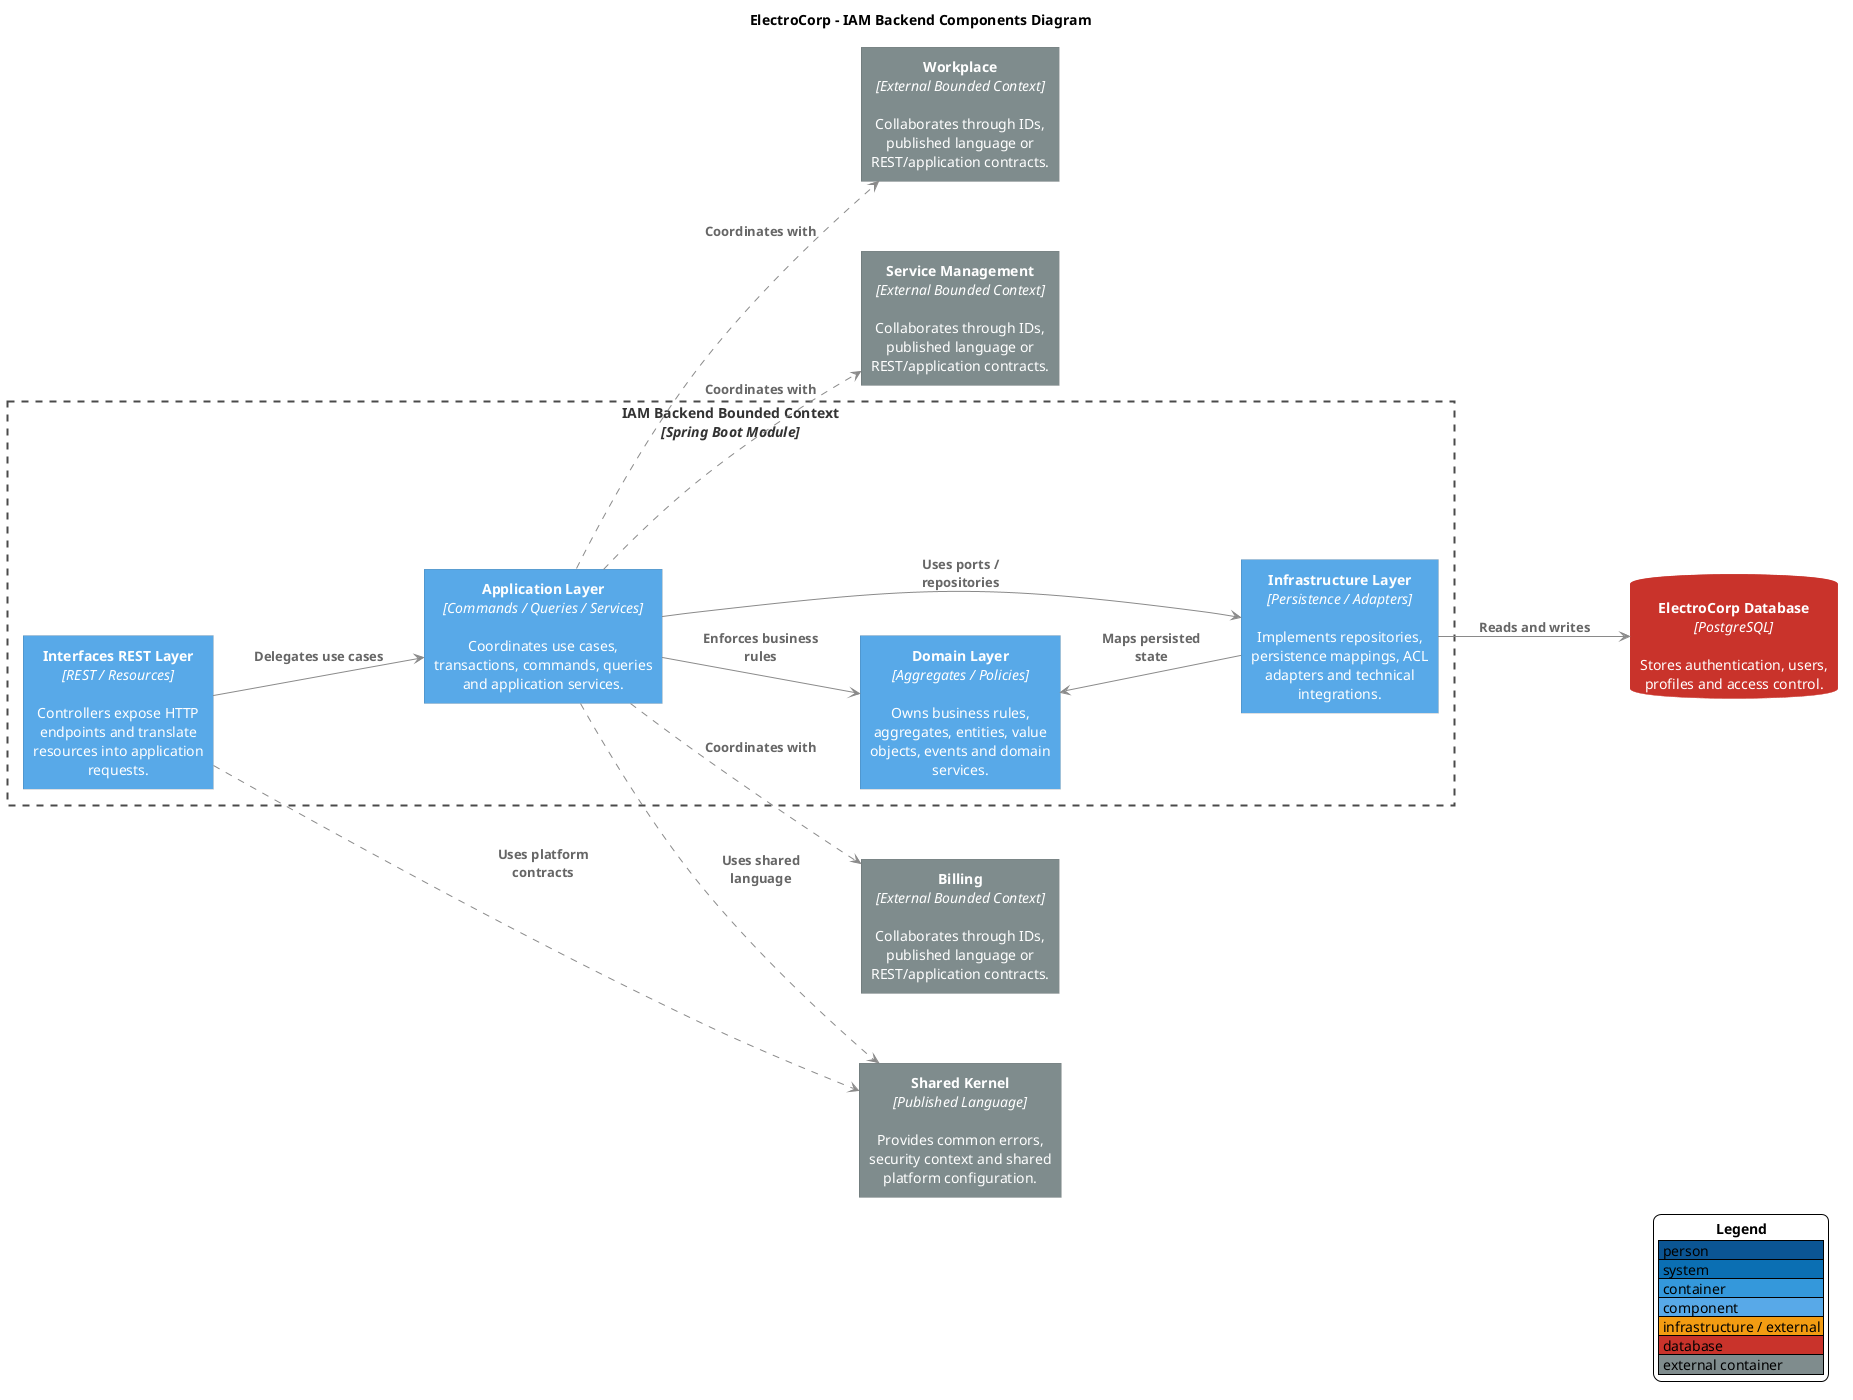
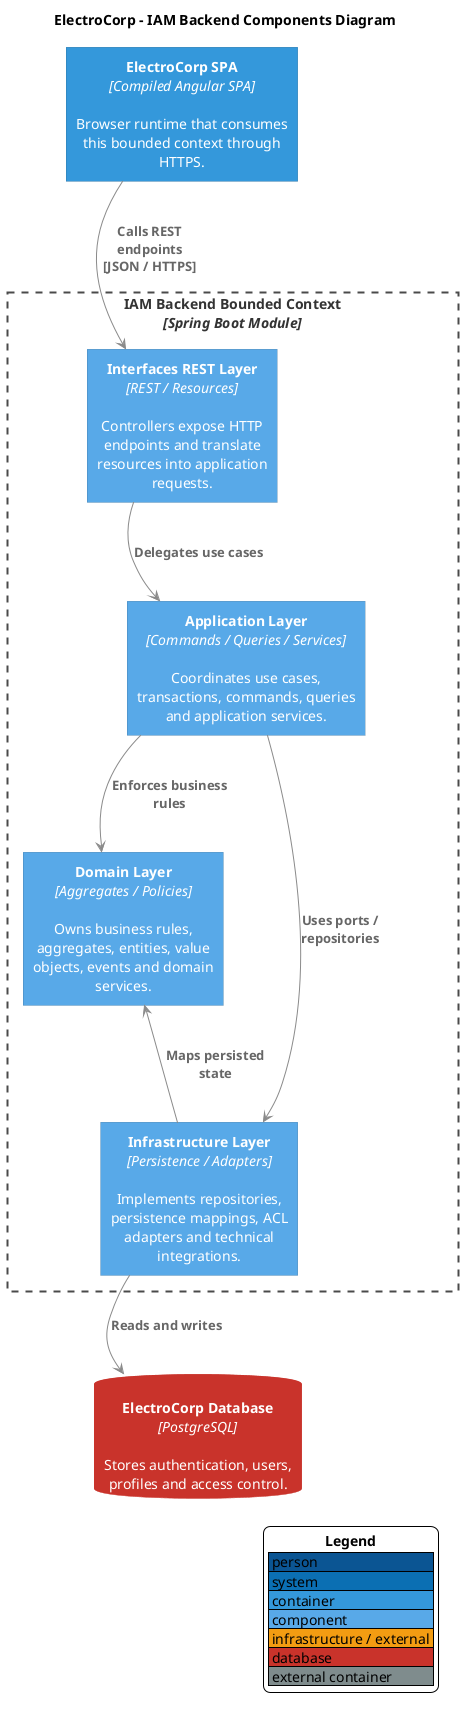
@startuml
skinparam backgroundColor #FFFFFF
skinparam shadowing false
skinparam defaultFontName Arial
skinparam defaultTextAlignment center
skinparam wrapWidth 220
skinparam maxMessageSize 130
skinparam nodesep 70
skinparam ranksep 80
skinparam ArrowColor #8A8A8A
skinparam ArrowFontColor #666666
skinparam ArrowFontStyle bold
skinparam ArrowThickness 1
skinparam rectangleRoundCorner 0
skinparam rectangleBorderThickness 0
skinparam rectangleFontColor #FFFFFF
skinparam rectangleFontStyle plain
skinparam rectangle {
  BorderThickness 0
  MinimumWidth 190
  Padding 12
}
skinparam database {
  MinimumWidth 210
  Padding 12
}
skinparam rectangle<<SystemBoundary>> {
  BackgroundColor transparent
  BorderColor #4A4A4A
  BorderThickness 2
  BorderStyle dashed
  FontColor #333333
  FontStyle bold
  MinimumWidth 760
  Padding 18
}
skinparam rectangle<<BoundedContext>> {
  BackgroundColor transparent
  BorderColor #4A4A4A
  BorderThickness 2
  BorderStyle dashed
  FontColor #333333
  FontStyle bold
  MinimumWidth 760
  Padding 18
}
skinparam databaseBackgroundColor #C9332B
skinparam databaseBorderColor #C9332B
skinparam databaseFontColor #FFFFFF
skinparam databaseFontStyle plain
hide stereotype
- left to right direction
+ top to bottom direction

title ElectroCorp - IAM Backend Components Diagram
+ 
+ rectangle "<b>ElectroCorp SPA</b>\n<i>[Compiled Angular SPA]</i>\n\nBrowser runtime that consumes this bounded context through HTTPS." as Spa #3498DB

rectangle "<b>IAM Backend Bounded Context</b>\n<i>[Spring Boot Module]</i>" <<BoundedContext>> {
  rectangle "<b>Interfaces REST Layer</b>\n<i>[REST / Resources]</i>\n\nControllers expose HTTP endpoints and translate resources into application requests." as Interfaces #58A9E8
  rectangle "<b>Application Layer</b>\n<i>[Commands / Queries / Services]</i>\n\nCoordinates use cases, transactions, commands, queries and application services." as Application #58A9E8
  rectangle "<b>Domain Layer</b>\n<i>[Aggregates / Policies]</i>\n\nOwns business rules, aggregates, entities, value objects, events and domain services." as Domain #58A9E8
  rectangle "<b>Infrastructure Layer</b>\n<i>[Persistence / Adapters]</i>\n\nImplements repositories, persistence mappings, ACL adapters and technical integrations." as Infrastructure #58A9E8
}
database "<b>ElectroCorp Database</b>\n<i>[PostgreSQL]</i>\n\nStores authentication, users, profiles and access control." as Database
- rectangle "<b>Shared Kernel</b>\n<i>[Published Language]</i>\n\nProvides common errors, security context and shared platform configuration." as Shared #7F8C8D
- rectangle "<b>Billing</b>\n<i>[External Bounded Context]</i>\n\nCollaborates through IDs, published language or REST/application contracts." as Dep0 #7F8C8D
- rectangle "<b>Workplace</b>\n<i>[External Bounded Context]</i>\n\nCollaborates through IDs, published language or REST/application contracts." as Dep1 #7F8C8D
- rectangle "<b>Service Management</b>\n<i>[External Bounded Context]</i>\n\nCollaborates through IDs, published language or REST/application contracts." as Dep2 #7F8C8D

+ Spa --> Interfaces : Calls REST endpoints\n[JSON / HTTPS]
Interfaces --> Application : Delegates use cases
Application --> Domain : Enforces business rules
Application --> Infrastructure : Uses ports / repositories
Infrastructure --> Domain : Maps persisted state
Infrastructure --> Database : Reads and writes
- Interfaces ..> Shared : Uses platform contracts
- Application ..> Shared : Uses shared language
- Application ..> Dep0 : Coordinates with
- Application ..> Dep1 : Coordinates with
- Application ..> Dep2 : Coordinates with

- Interfaces -[hidden]right- Application
- Application -[hidden]right- Domain
+ Spa -[hidden]down- Interfaces
+ Interfaces -[hidden]down- Application
+ Application -[hidden]down- Domain
Domain -[hidden]right- Infrastructure
+ Infrastructure -[hidden]down- Database

legend right
  <b>Legend</b>
  |<#0B5593> person |
  |<#0B6FB3> system |
  |<#3498DB> container |
  |<#58A9E8> component |
  |<#F39C12> infrastructure / external |
  |<#C9332B> database |
  |<#7F8C8D> external container |
endlegend

@enduml
